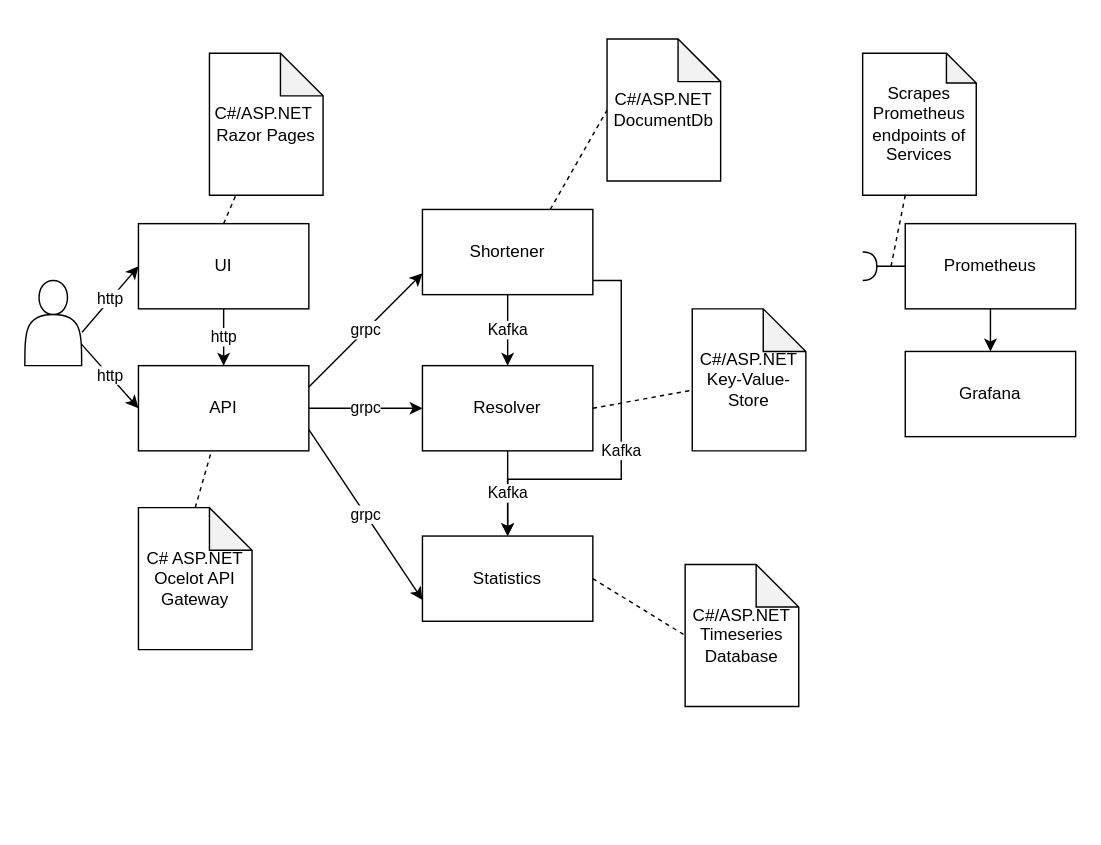
Above: 2 professional/architecture.drawio in msallin/education (draw.io), before the change. Source tidied: cells renumbered, new cells numbered last; positions are measured from the earlier drawing's top-left corner, leaving out a move shared by most shapes. Both pictures are drawn from the tidied source at 142%, with x=0, y=0 at pixel (24, 38).
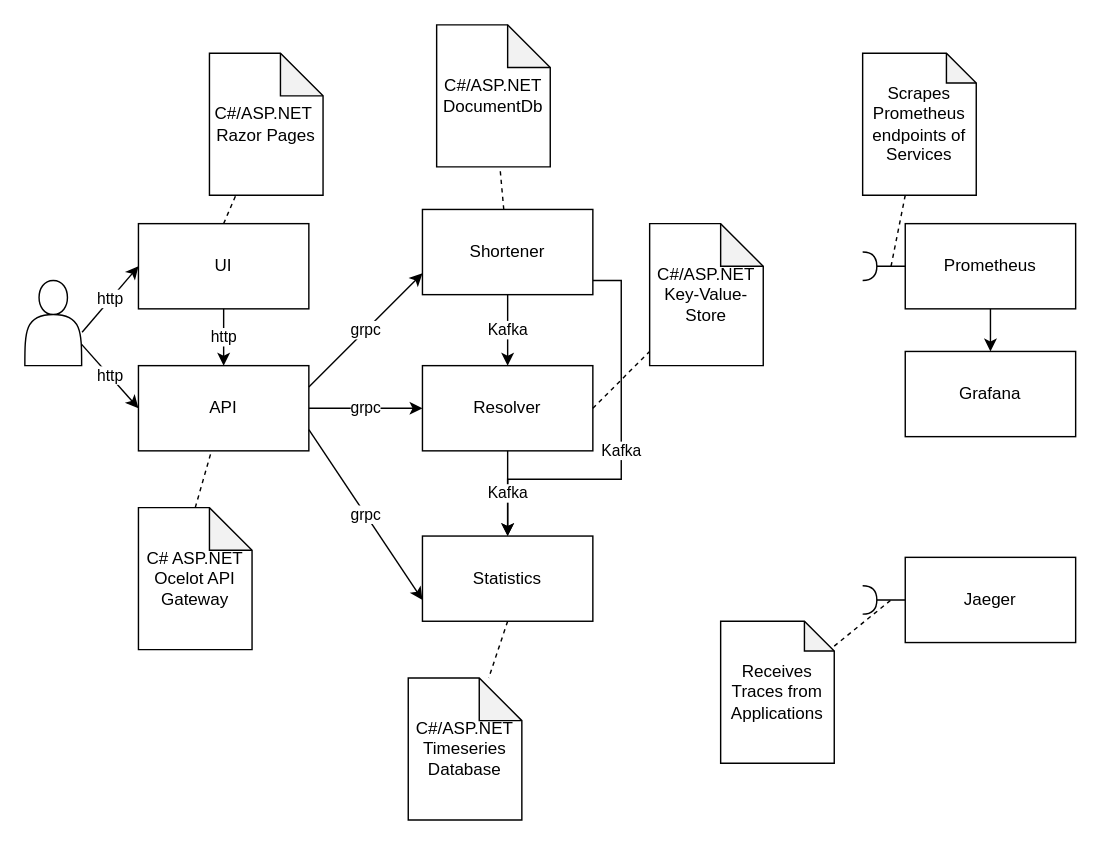
The same page after the edit.

The change refers to these unchanged cells:
```xml
<mxCell id="3" value="Shortener" style="rounded=0;whiteSpace=wrap;html=1;" parent="1" vertex="1">
  <mxGeometry x="280" y="120" width="120" height="60" as="geometry" />
</mxCell>
<mxCell id="4" value="Statistics" style="rounded=0;whiteSpace=wrap;html=1;" parent="1" vertex="1">
  <mxGeometry x="280" y="350" width="120" height="60" as="geometry" />
</mxCell>
```

What changed in the source:
```diff
@@
-    <mxCell id="7" style="endArrow=none;dashed=1;html=1;exitX=0.75;exitY=0;exitDx=0;exitDy=0;entryX=0;entryY=0.5;entryDx=0;entryDy=0;entryPerimeter=0;" parent="1" edge="1" source="3" target="11">
+    <mxCell id="7" style="endArrow=none;dashed=1;html=1;" parent="1" edge="1" source="3" target="11">
       <mxGeometry relative="1" as="geometry" />
     </mxCell>
@@
     <mxCell id="11" value="C#/ASP.NET&lt;br&gt;DocumentDb" style="shape=note;whiteSpace=wrap;html=1;backgroundOutline=1;darkOpacity=0.05;" parent="1" vertex="1">
-      <mxGeometry x="410" width="80" height="100" as="geometry" />
+      <mxGeometry x="290" y="-10" width="80" height="100" as="geometry" />
     </mxCell>
     <mxCell id="12" value="C#/ASP.NET&lt;br&gt;Timeseries Database" style="shape=note;whiteSpace=wrap;html=1;backgroundOutline=1;darkOpacity=0.05;" parent="1" vertex="1">
-      <mxGeometry x="465" y="370" width="80" height="100" as="geometry" />
+      <mxGeometry x="270" y="450" width="80" height="100" as="geometry" />
     </mxCell>
-    <mxCell id="13" style="endArrow=none;dashed=1;html=1;exitX=1;exitY=0.5;exitDx=0;exitDy=0;entryX=0;entryY=0.5;entryDx=0;entryDy=0;entryPerimeter=0;" parent="1" edge="1" source="4" target="12">
+    <mxCell id="13" style="endArrow=none;dashed=1;html=1;exitX=0.5;exitY=1;exitDx=0;exitDy=0;" parent="1" edge="1" source="4" target="12">
       <mxGeometry relative="1" as="geometry" />
     </mxCell>
@@
     <mxCell id="17" value="C#/ASP.NET&lt;br&gt;Key-Value-Store" style="shape=note;whiteSpace=wrap;html=1;backgroundOutline=1;darkOpacity=0.05;" parent="1" vertex="1">
-      <mxGeometry x="470" y="190" width="80" height="100" as="geometry" />
+      <mxGeometry x="440" y="130" width="80" height="100" as="geometry" />
     </mxCell>
@@
+    <mxCell id="34" value="Jaeger" style="rounded=0;whiteSpace=wrap;html=1;" parent="1" vertex="1">
+      <mxGeometry x="620" y="365" width="120" height="60" as="geometry" />
+    </mxCell>
+    <mxCell id="35" style="edgeStyle=orthogonalEdgeStyle;rounded=0;jettySize=auto;html=1;endArrow=none;endFill=0;" parent="1" edge="1" source="36" target="34">
+      <mxGeometry relative="1" as="geometry" />
+    </mxCell>
+    <mxCell id="36" style="shape=requiredInterface;html=1;verticalLabelPosition=bottom;" parent="1" vertex="1">
+      <mxGeometry x="590" y="385" width="10" height="20" as="geometry" />
+    </mxCell>
+    <mxCell id="37" style="endArrow=none;dashed=1;html=1;" parent="1" edge="1" source="38">
+      <mxGeometry relative="1" as="geometry">
+        <mxPoint x="610" y="395" as="targetPoint" />
+      </mxGeometry>
+    </mxCell>
+    <mxCell id="38" value="Receives Traces from Applications" style="shape=note;whiteSpace=wrap;html=1;backgroundOutline=1;darkOpacity=0.05;size=21;" parent="1" vertex="1">
+      <mxGeometry x="490" y="410" width="80" height="100" as="geometry" />
+    </mxCell>
```
